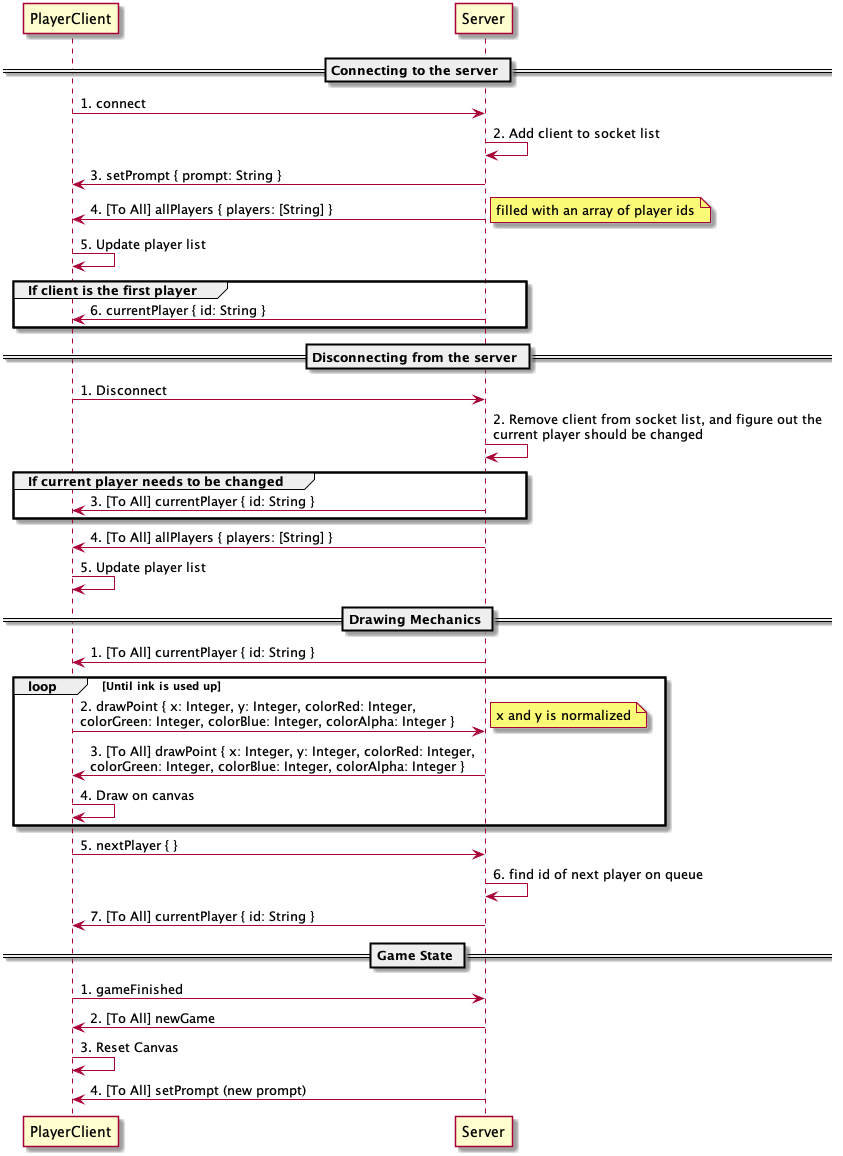
This is mechanics-diagram.png from tirtawr/collective-playingaround, a PlantUML export, as it was before one commit.
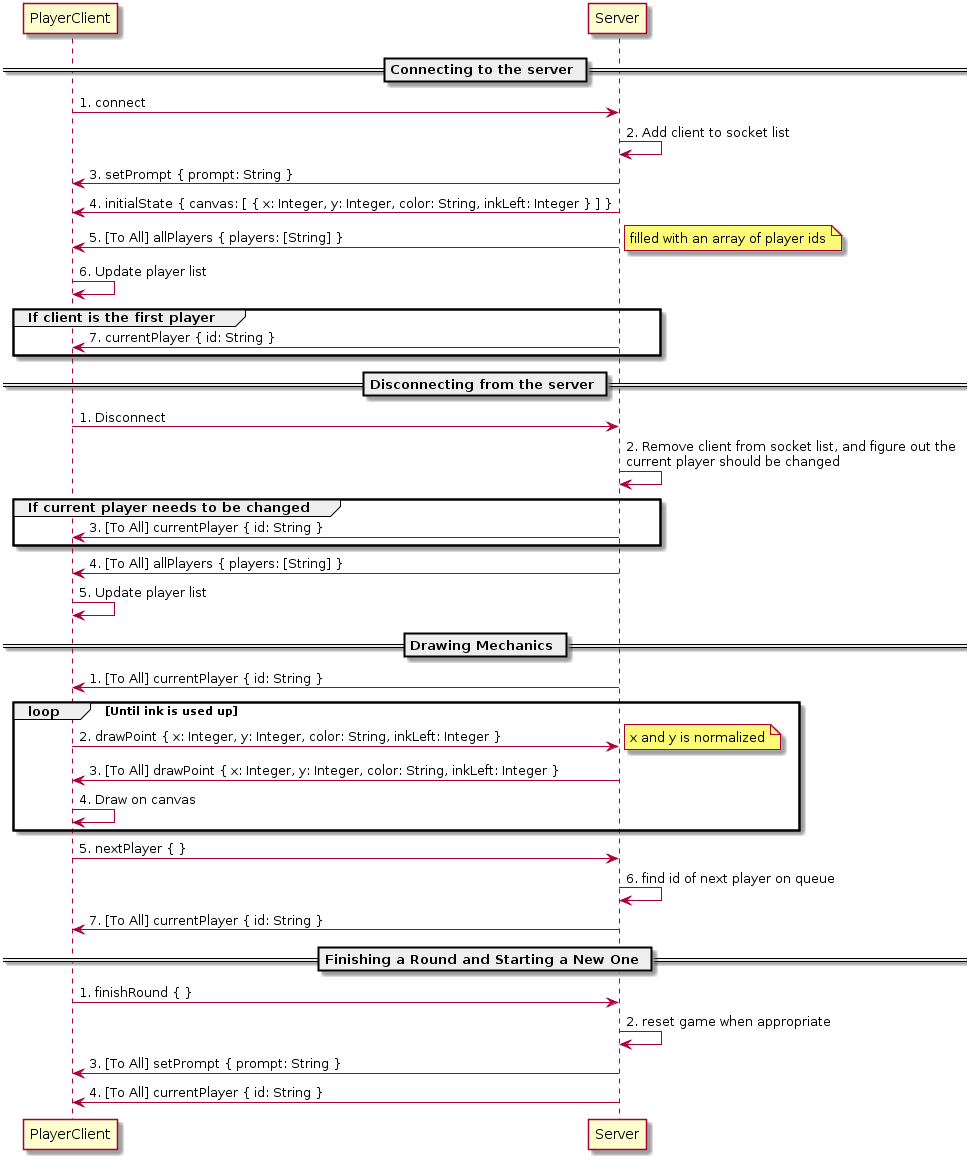
After the commit.

Commit message:
Update diagram to reflect latest state

Change to the diagram source:
```diff
@@ -3,11 +3,12 @@
 PlayerClient -> Server: 1. connect
 Server -> Server: 2. Add client to socket list
 Server -> PlayerClient: 3. setPrompt { prompt: String }
-Server -> PlayerClient: 4. [To All] allPlayers { players: [String] }
+Server -> PlayerClient: 4. initialState { canvas: [ { x: Integer, y: Integer, color: String, inkLeft: Integer } ] }
+Server -> PlayerClient: 5. [To All] allPlayers { players: [String] }
 note right: filled with an array of player ids
-PlayerClient -> PlayerClient: 5. Update player list
+PlayerClient -> PlayerClient: 6. Update player list
 group If client is the first player
-    Server -> PlayerClient: 6. currentPlayer { id: String }
+    Server -> PlayerClient: 7. currentPlayer { id: String }
 end
 
 == Disconnecting from the server ==
@@ -25,9 +26,9 @@
 Server -> PlayerClient: 1. [To All] currentPlayer { id: String }
 
 LOOP Until ink is used up
-    PlayerClient -> Server: 2. drawPoint { x: Integer, y: Integer, colorRed: Integer, \ncolorGreen: Integer, colorBlue: Integer, colorAlpha: Integer }
+    PlayerClient -> Server: 2. drawPoint { x: Integer, y: Integer, color: String, inkLeft: Integer }
     note right: x and y is normalized
-    Server -> PlayerClient: 3. [To All] drawPoint { x: Integer, y: Integer, colorRed: Integer, \ncolorGreen: Integer, colorBlue: Integer, colorAlpha: Integer }
+    Server -> PlayerClient: 3. [To All] drawPoint { x: Integer, y: Integer, color: String, inkLeft: Integer }
     PlayerClient -> PlayerClient: 4. Draw on canvas
 end
 
@@ -35,11 +36,10 @@
 Server -> Server: 6. find id of next player on queue
 Server -> PlayerClient: 7. [To All] currentPlayer { id: String }
 
-== Game State ==
+== Finishing a Round and Starting a New One ==
 
-PlayerClient -> Server: 1. gameFinished
-Server -> PlayerClient: 2. [To All] newGame
-PlayerClient -> PlayerClient: 3. Reset Canvas
-Server -> PlayerClient: 4. [To All] setPrompt (new prompt)
-
+PlayerClient -> Server: 1. finishRound { }
+Server -> Server: 2. reset game when appropriate
+Server -> PlayerClient: 3. [To All] setPrompt { prompt: String }
+Server -> PlayerClient: 4. [To All] currentPlayer { id: String }
 @enduml
```
